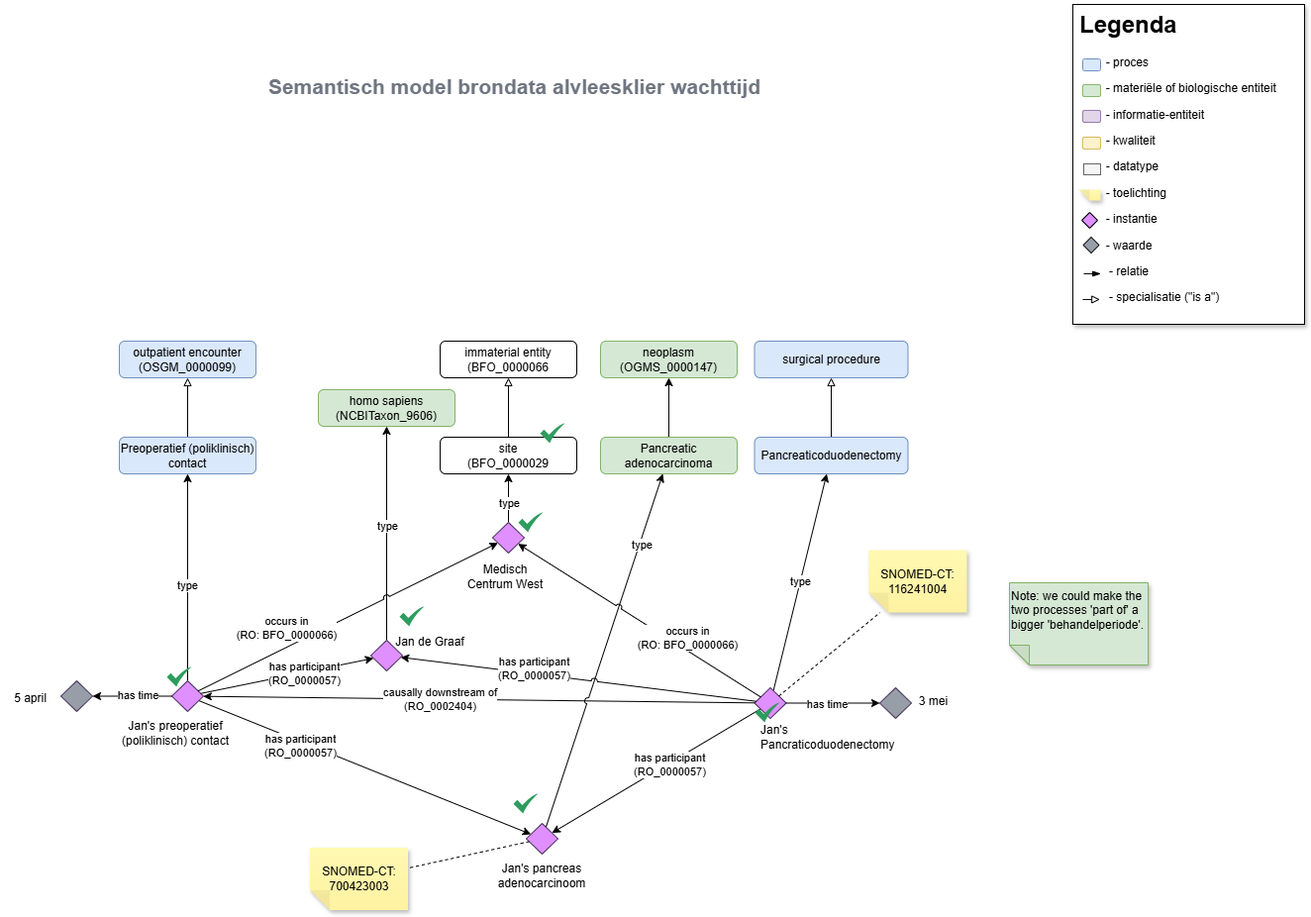
Earlier version of the draw.io export Voorbeeld Wachttijd/Wachttijd.png (thehyve/transparancy-indicators). Source tidied: cells renumbered, new cells last; positions are measured from the earlier drawing's top-left corner, leaving out a move shared by most shapes.
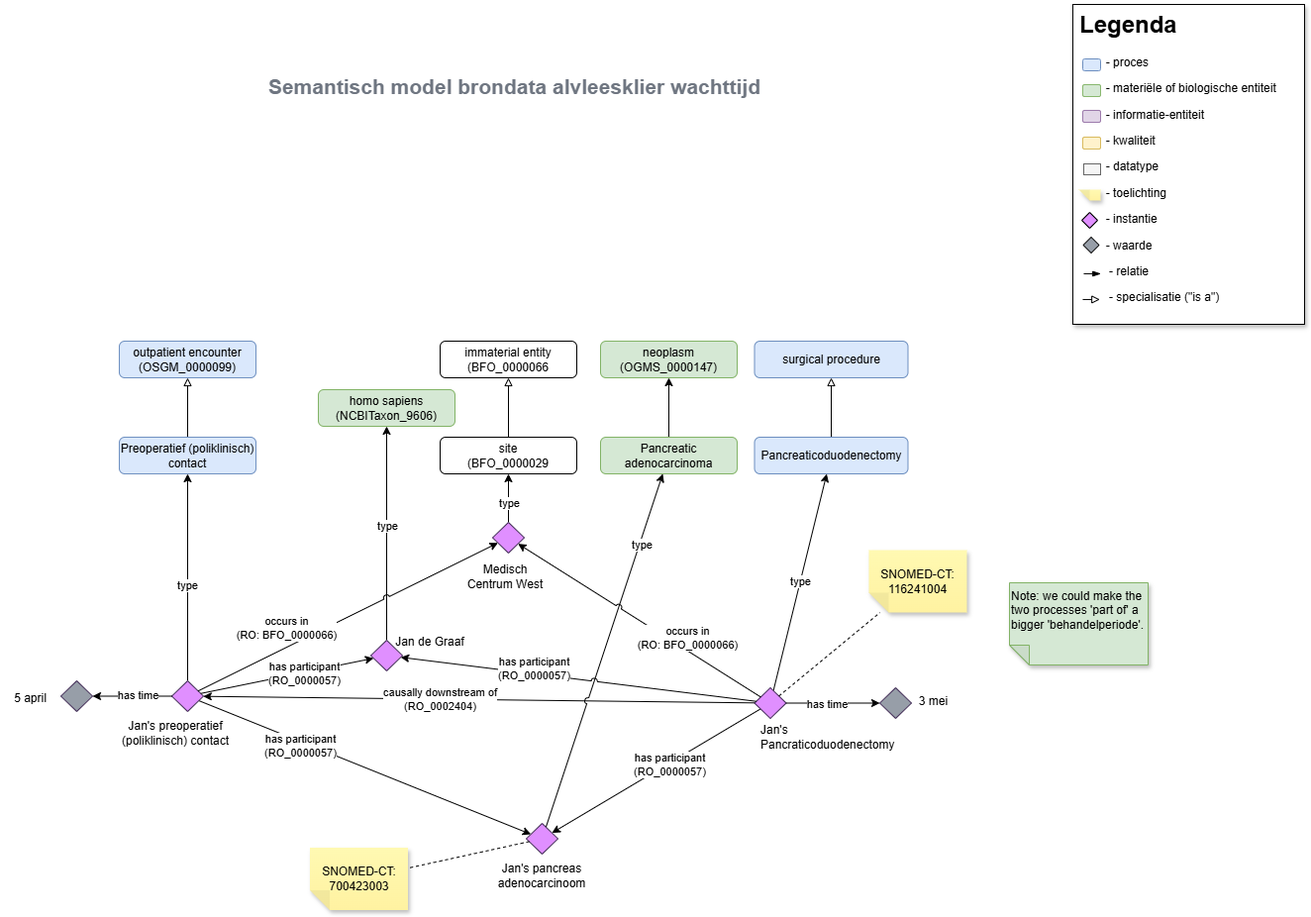
Later version of the same file.

Diff of the diagram source:
```diff
@@ -234,24 +234,5 @@
     <mxCell id="73" value="&lt;div&gt;&lt;span style=&quot;font-size: 21px;&quot;&gt;&lt;b&gt;Semantisch model brondata alvleesklier wachttijd&lt;/b&gt;&lt;/span&gt;&lt;/div&gt;" style="text;html=1;align=center;verticalAlign=middle;whiteSpace=wrap;rounded=0;fontSize=17;fillColor=none;strokeColor=none;fontColor=#6F7681;shadow=0;" parent="1" vertex="1">
       <mxGeometry x="192" y="59.8" width="655" height="47.2" as="geometry" />
     </mxCell>
-    <mxCell id="74" value="Checks" parent="0" />
-    <mxCell id="75" style="sketch=0;html=1;strokeColor=none;shadow=0;align=center;fillColor=#2D9C5E;verticalAlign=top;labelPosition=center;verticalLabelPosition=bottom;shape=mxgraph.gcp2.check;" parent="74" vertex="1">
-      <mxGeometry x="545" y="423" width="25" height="20" as="geometry" />
-    </mxCell>
-    <mxCell id="76" style="sketch=0;html=1;strokeColor=none;shadow=0;align=center;fillColor=#2D9C5E;verticalAlign=top;labelPosition=center;verticalLabelPosition=bottom;shape=mxgraph.gcp2.check;" parent="74" vertex="1">
-      <mxGeometry x="523" y="513" width="25" height="20" as="geometry" />
-    </mxCell>
-    <mxCell id="77" style="sketch=0;html=1;strokeColor=none;shadow=0;align=center;fillColor=#2D9C5E;verticalAlign=top;labelPosition=center;verticalLabelPosition=bottom;shape=mxgraph.gcp2.check;" parent="74" vertex="1">
-      <mxGeometry x="403" y="608" width="25" height="20" as="geometry" />
-    </mxCell>
-    <mxCell id="78" style="sketch=0;html=1;strokeColor=none;shadow=0;align=center;fillColor=#2D9C5E;verticalAlign=top;labelPosition=center;verticalLabelPosition=bottom;shape=mxgraph.gcp2.check;" parent="74" vertex="1">
-      <mxGeometry x="762" y="705" width="25" height="20" as="geometry" />
-    </mxCell>
-    <mxCell id="79" style="sketch=0;html=1;strokeColor=none;shadow=0;align=center;fillColor=#2D9C5E;verticalAlign=top;labelPosition=center;verticalLabelPosition=bottom;shape=mxgraph.gcp2.check;" parent="74" vertex="1">
-      <mxGeometry x="168" y="669" width="25" height="20" as="geometry" />
-    </mxCell>
-    <mxCell id="80" style="sketch=0;html=1;strokeColor=none;shadow=0;align=center;fillColor=#2D9C5E;verticalAlign=top;labelPosition=center;verticalLabelPosition=bottom;shape=mxgraph.gcp2.check;" parent="74" vertex="1">
-      <mxGeometry x="518" y="797" width="25" height="20" as="geometry" />
-    </mxCell>
   </root>
 </mxGraphModel>
```
